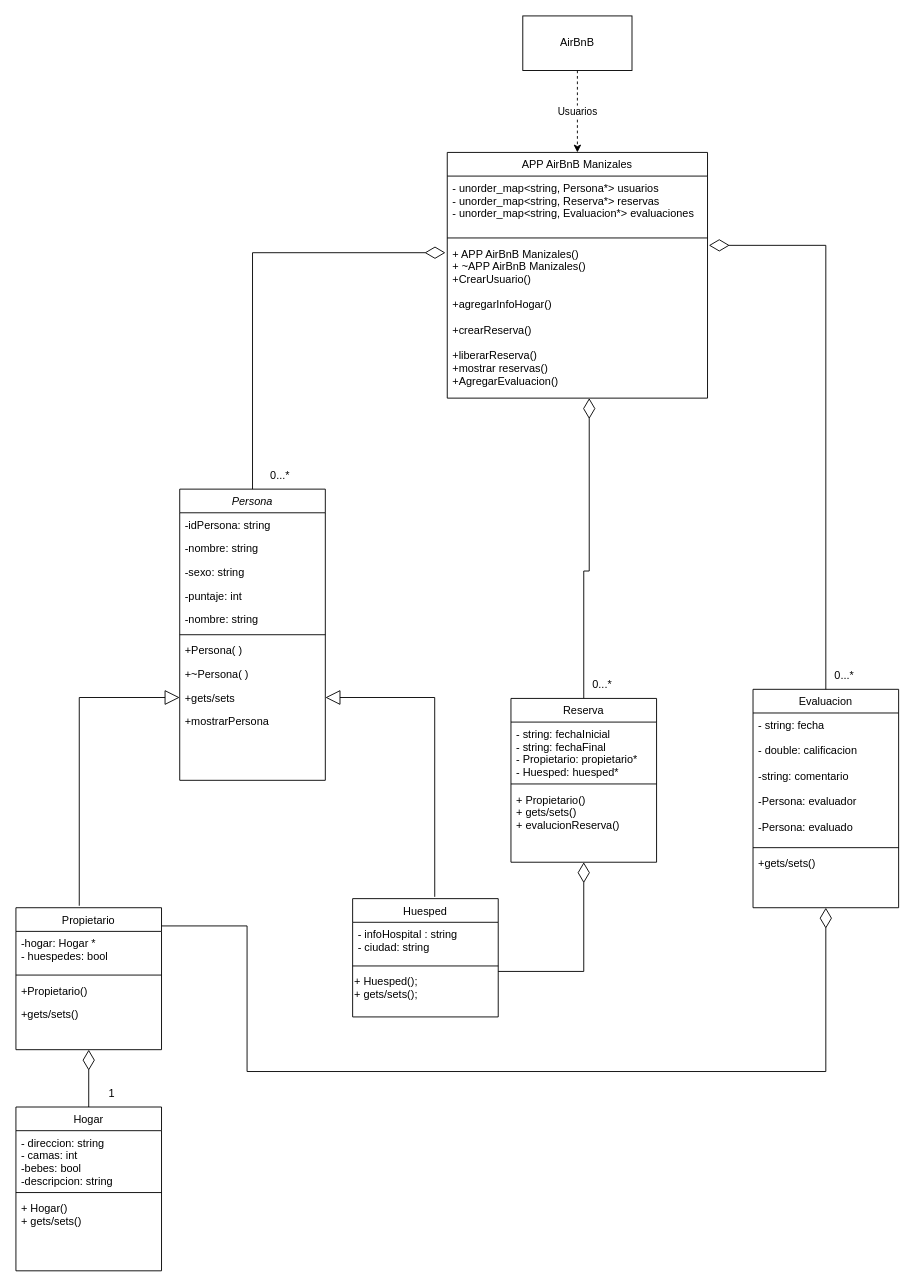
Before: Diagrama sin título.drawio in Sebastian-Dow/Caso-Huespedes, a draw.io diagram. Source tidied: cells renumbered, new cells numbered last; positions are measured from the earlier drawing's top-left corner, leaving out a move shared by most shapes. Both pictures are drawn from the tidied source at 91%, with x=0, y=0 at pixel (15, 15).
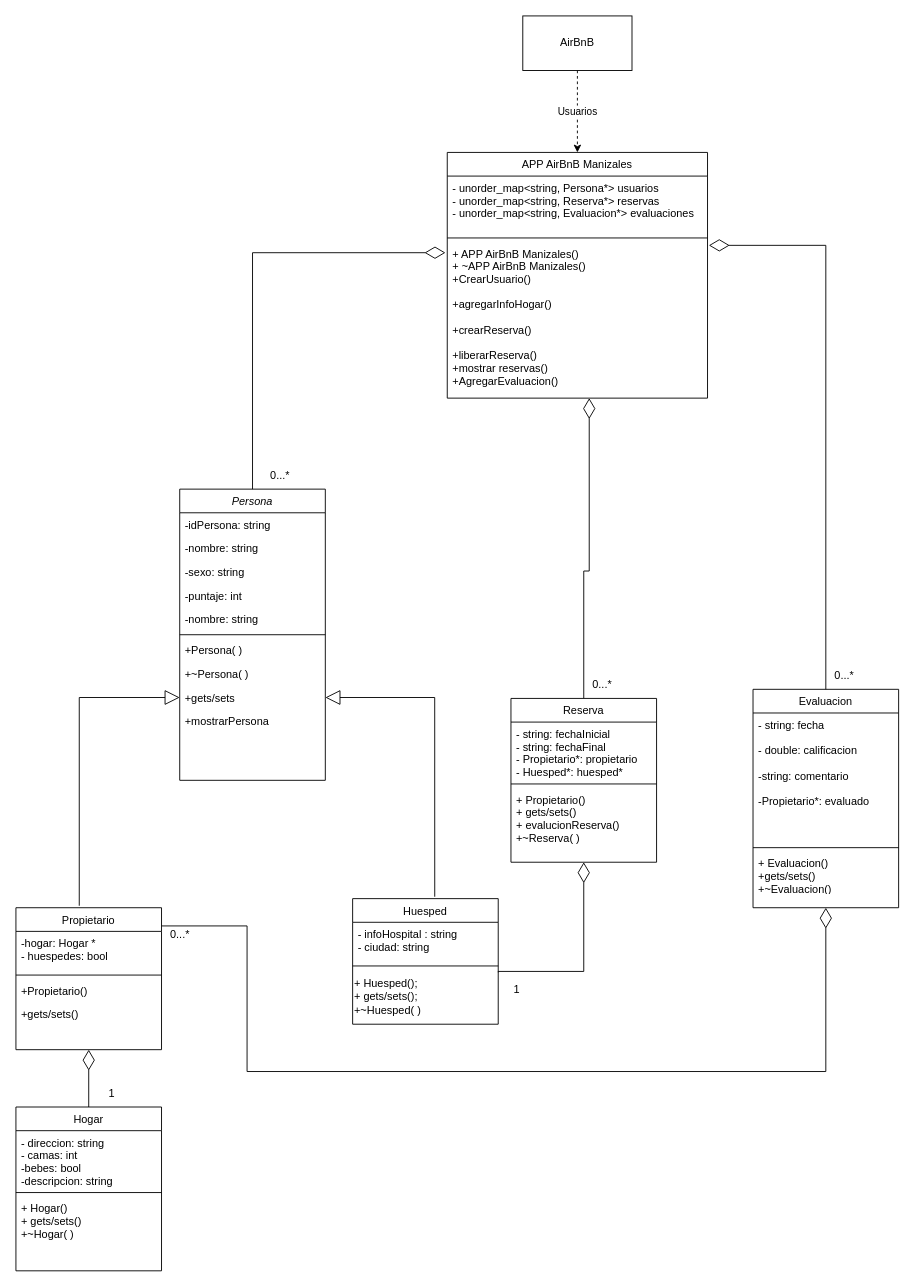
The same page after the edit.

The change refers to these unchanged cells:
```xml
<mxCell id="14" value="Propietario" style="swimlane;fontStyle=0;align=center;verticalAlign=top;horizontal=1;startSize=26;rounded=0;shadow=0;strokeWidth=1;" parent="1" vertex="1">
  <mxGeometry y="980" width="160" height="156" as="geometry" />
</mxCell>
<mxCell id="25" value="Reserva" style="swimlane;fontStyle=0;align=center;verticalAlign=top;horizontal=1;startSize=26;rounded=0;shadow=0;strokeWidth=1;" parent="1" vertex="1">
  <mxGeometry x="544" y="750" width="160" height="180" as="geometry" />
</mxCell>
<mxCell id="29" value="Evaluacion" style="swimlane;fontStyle=0;align=center;verticalAlign=top;horizontal=1;startSize=26;rounded=0;shadow=0;strokeWidth=1;" parent="1" vertex="1">
  <mxGeometry x="810" y="740" width="160" height="240" as="geometry" />
</mxCell>
<mxCell id="33" value="Hogar" style="swimlane;fontStyle=0;align=center;verticalAlign=top;horizontal=1;startSize=26;rounded=0;shadow=0;strokeWidth=1;" parent="1" vertex="1">
  <mxGeometry y="1199" width="160" height="180" as="geometry" />
</mxCell>
```

Change to the diagram source:
```diff
@@
-    <mxCell id="18" value="+gets/sets()" style="text;align=left;verticalAlign=top;spacingLeft=4;spacingRight=4;overflow=hidden;" parent="14" vertex="1">
+    <mxCell id="18" value="+gets/sets()&#10;" style="text;align=left;verticalAlign=top;spacingLeft=4;spacingRight=4;overflow=hidden;" parent="14" vertex="1">
       <mxGeometry y="104" width="160" height="26" as="geometry" />
     </mxCell>
@@
     <mxCell id="20" value="Huesped" style="swimlane;fontStyle=0;align=center;verticalAlign=top;horizontal=1;startSize=26;rounded=0;shadow=0;strokeWidth=1;" parent="1" vertex="1">
-      <mxGeometry x="370" y="970" width="160" height="130" as="geometry" />
+      <mxGeometry x="370" y="970" width="160" height="138" as="geometry" />
     </mxCell>
@@
-    <mxCell id="23" value="+ Huesped();&lt;br&gt;+ gets/sets();" style="text;html=1;align=left;verticalAlign=middle;points=[];strokeColor=none;fillColor=none;" parent="20" vertex="1">
-      <mxGeometry y="78" width="160" height="40" as="geometry" />
+    <mxCell id="23" value="+ Huesped();&lt;br&gt;+ gets/sets();&lt;br&gt;+~Huesped( )" style="text;html=1;align=left;verticalAlign=middle;points=[];strokeColor=none;fillColor=none;" parent="20" vertex="1">
+      <mxGeometry y="78" width="160" height="60" as="geometry" />
     </mxCell>
@@
-    <mxCell id="26" value="- string: fechaInicial&#10;- string: fechaFinal&#10;- Propietario: propietario*&#10;- Huesped: huesped*" style="text;align=left;verticalAlign=top;spacingLeft=4;spacingRight=4;overflow=hidden;" parent="25" vertex="1">
+    <mxCell id="26" value="- string: fechaInicial&#10;- string: fechaFinal&#10;- Propietario*: propietario&#10;- Huesped*: huesped*" style="text;align=left;verticalAlign=top;spacingLeft=4;spacingRight=4;overflow=hidden;" parent="25" vertex="1">
       <mxGeometry y="26" width="160" height="64" as="geometry" />
     </mxCell>
@@
-    <mxCell id="28" value="+ Propietario()&#10;+ gets/sets()&#10;+ evalucionReserva()" style="text;align=left;verticalAlign=top;spacingLeft=4;spacingRight=4;overflow=hidden;" parent="25" vertex="1">
+    <mxCell id="28" value="+ Propietario()&#10;+ gets/sets()&#10;+ evalucionReserva()&#10;+~Reserva( )" style="text;align=left;verticalAlign=top;spacingLeft=4;spacingRight=4;overflow=hidden;" parent="25" vertex="1">
       <mxGeometry y="98" width="160" height="72" as="geometry" />
     </mxCell>
@@
-    <mxCell id="30" value="- string: fecha&#10;&#10;- double: calificacion&#10;&#10;-string: comentario&#10;&#10;-Persona: evaluador&#10;&#10;-Persona: evaluado" style="text;align=left;verticalAlign=top;spacingLeft=4;spacingRight=4;overflow=hidden;" parent="29" vertex="1">
+    <mxCell id="30" value="- string: fecha&#10;&#10;- double: calificacion&#10;&#10;-string: comentario&#10;&#10;-Propietario*: evaluado" style="text;align=left;verticalAlign=top;spacingLeft=4;spacingRight=4;overflow=hidden;" parent="29" vertex="1">
       <mxGeometry y="26" width="160" height="144" as="geometry" />
     </mxCell>
@@
-    <mxCell id="32" value="+gets/sets()&#10;" style="text;align=left;verticalAlign=top;spacingLeft=4;spacingRight=4;overflow=hidden;" parent="29" vertex="1">
-      <mxGeometry y="178" width="160" height="30" as="geometry" />
+    <mxCell id="32" value="+ Evaluacion()&#10;+gets/sets()&#10;+~Evaluacion()" style="text;align=left;verticalAlign=top;spacingLeft=4;spacingRight=4;overflow=hidden;" parent="29" vertex="1">
+      <mxGeometry y="178" width="160" height="42" as="geometry" />
     </mxCell>
@@
-    <mxCell id="36" value="+ Hogar()&#10;+ gets/sets()" style="text;align=left;verticalAlign=top;spacingLeft=4;spacingRight=4;overflow=hidden;" parent="33" vertex="1">
+    <mxCell id="36" value="+ Hogar()&#10;+ gets/sets()&#10;+~Hogar( )" style="text;align=left;verticalAlign=top;spacingLeft=4;spacingRight=4;overflow=hidden;" parent="33" vertex="1">
       <mxGeometry y="98" width="160" height="72" as="geometry" />
     </mxCell>
@@
+    <mxCell id="52" value="1" style="text;html=1;align=center;verticalAlign=middle;strokeColor=none;fillColor=none;" parent="1" vertex="1">
+      <mxGeometry x="535" y="1055" width="30" height="30" as="geometry" />
+    </mxCell>
+    <mxCell id="53" value="0...*" style="text;html=1;align=center;verticalAlign=middle;strokeColor=none;fillColor=none;" parent="1" vertex="1">
+      <mxGeometry x="160" y="995" width="40" height="30" as="geometry" />
+    </mxCell>
```
